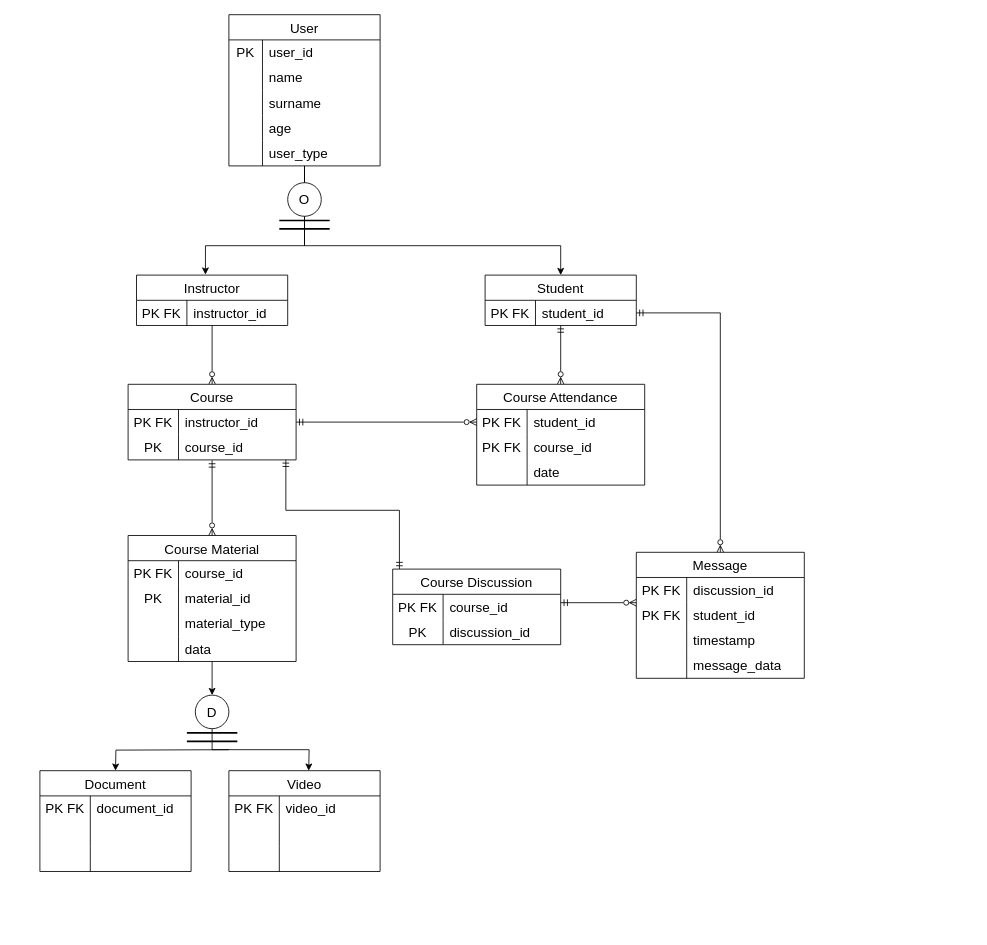
The draw.io diagram Başlıksız Diyagram.drawio in Luieitalian/VTYS, before the edit. Source tidied: cells renumbered, new cells numbered last; positions are measured from the earlier drawing's top-left corner, leaving out a move shared by most shapes. Both pictures are drawn from the tidied source at 84%, with x=0, y=0 at pixel (39, 14).
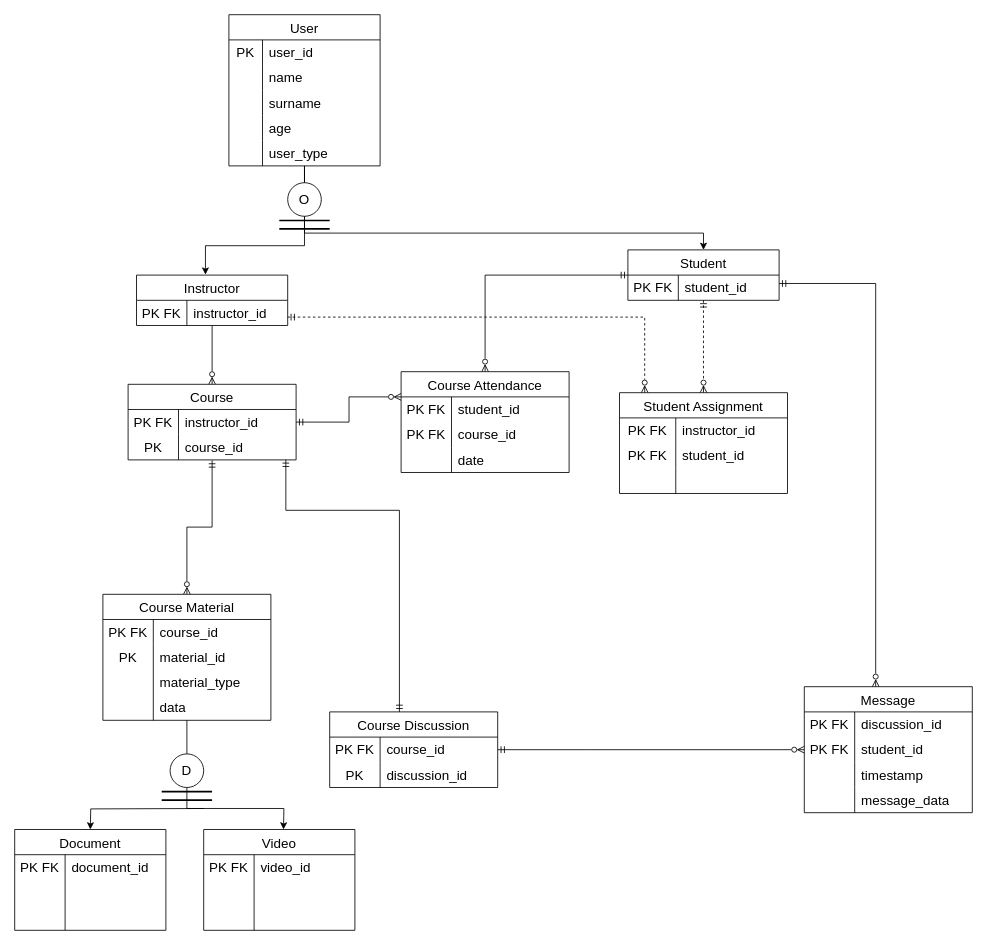
The same page after the edit.

Unchanged cells that the change refers to:
```xml
<mxCell id="19" value="Instructor" style="shape=table;startSize=30;childLayout=tableLayout;rowLines=0;fontStyle=0;strokeColor=default;fontSize=16;" parent="1" vertex="1">
  <mxGeometry x="115" y="310" width="180" height="60" as="geometry" />
</mxCell>
<mxCell id="25" style="shape=tableRow;horizontal=0;startSize=0;swimlaneHead=0;swimlaneBody=0;top=0;left=0;bottom=0;right=0;fillColor=none;points=[[0,0.5],[1,0.5]];portConstraint=eastwest;strokeColor=inherit;fontSize=16;" parent="24" vertex="1">
  <mxGeometry y="30" width="180" height="30" as="geometry" />
</mxCell>
<mxCell id="36" style="shape=tableRow;horizontal=0;startSize=0;swimlaneHead=0;swimlaneBody=0;top=0;left=0;bottom=0;right=0;fillColor=none;points=[[0,0.5],[1,0.5]];portConstraint=eastwest;strokeColor=inherit;fontSize=16;" parent="35" vertex="1">
  <mxGeometry y="30" width="200" height="30" as="geometry" />
</mxCell>
<mxCell id="43" style="shape=tableRow;horizontal=0;startSize=0;swimlaneHead=0;swimlaneBody=0;top=0;left=0;bottom=0;right=0;fillColor=none;points=[[0,0.5],[1,0.5]];portConstraint=eastwest;strokeColor=inherit;fontSize=16;" parent="42" vertex="1">
  <mxGeometry y="30" width="200" height="30" as="geometry" />
</mxCell>
<mxCell id="105" style="shape=tableRow;horizontal=0;startSize=0;swimlaneHead=0;swimlaneBody=0;top=0;left=0;bottom=0;right=0;fillColor=none;points=[[0,0.5],[1,0.5]];portConstraint=eastwest;strokeColor=inherit;fontSize=16;" parent="101" vertex="1">
  <mxGeometry y="60" width="200" height="30" as="geometry" />
</mxCell>
```

What changed in the source:
```diff
@@
+    <mxCell id="115" style="edgeStyle=orthogonalEdgeStyle;jettySize=auto;html=1;strokeColor=default;rounded=0;startArrow=ERmandOne;startFill=0;endArrow=ERzeroToMany;endFill=0;jumpStyle=none;shadow=0;dashed=1;" parent="1" edge="1" source="19" target="117">
+      <mxGeometry relative="1" as="geometry">
+        <Array as="points">
+          <mxPoint x="720" y="360" />
+        </Array>
+      </mxGeometry>
+    </mxCell>
@@
+    <mxCell id="116" style="edgeStyle=orthogonalEdgeStyle;rounded=0;jettySize=auto;html=1;startArrow=ERmandOne;startFill=0;endArrow=ERzeroToMany;endFill=0;dashed=1;" parent="1" edge="1" source="24" target="117">
+      <mxGeometry relative="1" as="geometry" />
+    </mxCell>
     <mxCell id="24" value="Student" style="shape=table;startSize=30;childLayout=tableLayout;rowLines=0;fontStyle=0;strokeColor=default;fontSize=16;" parent="1" vertex="1">
-      <mxGeometry x="530" y="310" width="180" height="60" as="geometry" />
+      <mxGeometry x="700" y="280" width="180" height="60" as="geometry" />
     </mxCell>
@@
     <mxCell id="42" value="Course Attendance" style="shape=table;startSize=30;childLayout=tableLayout;rowLines=0;fontStyle=0;strokeColor=default;fontSize=16;" parent="1" vertex="1">
-      <mxGeometry x="520" y="440" width="200" height="120" as="geometry" />
+      <mxGeometry x="430" y="425" width="200" height="120" as="geometry" />
     </mxCell>
@@
-    <mxCell id="52" style="edgeStyle=orthogonalEdgeStyle;rounded=0;jettySize=auto;html=1;" parent="1" edge="1" source="54" target="68">
+    <mxCell id="52" style="edgeStyle=orthogonalEdgeStyle;rounded=0;jettySize=auto;html=1;endArrow=none;endFill=0;" parent="1" edge="1" source="54" target="68">
       <mxGeometry relative="1" as="geometry" />
     </mxCell>
@@
     <mxCell id="54" value="Course Material" style="shape=table;startSize=30;childLayout=tableLayout;rowLines=0;fontStyle=0;strokeColor=default;fontSize=16;" parent="1" vertex="1">
-      <mxGeometry x="105" y="620" width="200" height="150" as="geometry" />
+      <mxGeometry x="75" y="690" width="200" height="150" as="geometry" />
     </mxCell>
@@
     <mxCell id="67" style="edgeStyle=orthogonalEdgeStyle;rounded=0;jettySize=auto;html=1;exitX=0.5;exitY=1;exitDx=0;exitDy=0;" parent="1" edge="1" source="68">
       <mxGeometry relative="1" as="geometry">
-        <mxPoint x="320" y="900" as="targetPoint" />
+        <mxPoint x="290" y="970" as="targetPoint" />
       </mxGeometry>
     </mxCell>
     <mxCell id="68" value="D" style="ellipse;whiteSpace=wrap;html=1;fontSize=16;startSize=30;fontStyle=0;" parent="1" vertex="1">
-      <mxGeometry x="185" y="810" width="40" height="40" as="geometry" />
+      <mxGeometry x="155" y="880" width="40" height="40" as="geometry" />
     </mxCell>
     <mxCell id="69" style="line;strokeWidth=2;html=1;" parent="1" vertex="1">
-      <mxGeometry x="175" y="850" width="60" height="10" as="geometry" />
+      <mxGeometry x="145" y="920" width="60" height="10" as="geometry" />
     </mxCell>
     <mxCell id="70" style="line;strokeWidth=2;html=1;" parent="1" vertex="1">
-      <mxGeometry x="175" y="860" width="60" height="10" as="geometry" />
+      <mxGeometry x="145" y="930" width="60" height="10" as="geometry" />
     </mxCell>
     <mxCell id="71" style="edgeStyle=orthogonalEdgeStyle;rounded=0;orthogonalLoop=1;jettySize=auto;html=1;exitX=0.5;exitY=1;exitDx=0;exitDy=0;" parent="1" edge="1">
       <mxGeometry relative="1" as="geometry">
-        <mxPoint x="225" y="875" as="sourcePoint" />
-        <mxPoint x="90" y="900" as="targetPoint" />
+        <mxPoint x="195" y="945" as="sourcePoint" />
+        <mxPoint x="60" y="970" as="targetPoint" />
       </mxGeometry>
     </mxCell>
     <mxCell id="72" value="Document" style="shape=table;startSize=30;childLayout=tableLayout;rowLines=0;fontStyle=0;strokeColor=default;fontSize=16;" parent="1" vertex="1">
-      <mxGeometry y="900" width="180" height="120" as="geometry" />
+      <mxGeometry x="-30" y="970" width="180" height="120" as="geometry" />
     </mxCell>
@@
     <mxCell id="82" value="Video" style="shape=table;startSize=30;childLayout=tableLayout;rowLines=0;fontStyle=0;strokeColor=default;fontSize=16;" parent="1" vertex="1">
-      <mxGeometry x="225" y="900" width="180" height="120" as="geometry" />
+      <mxGeometry x="195" y="970" width="180" height="120" as="geometry" />
     </mxCell>
@@
-    <mxCell id="92" style="edgeStyle=orthogonalEdgeStyle;rounded=0;jettySize=auto;html=1;entryX=0;entryY=0.5;entryDx=0;entryDy=0;startArrow=ERmandOne;startFill=0;endArrow=ERzeroToMany;endFill=0;" parent="1" edge="1" source="36" target="43">
-      <mxGeometry relative="1" as="geometry" />
+    <mxCell id="92" style="edgeStyle=orthogonalEdgeStyle;rounded=0;jettySize=auto;html=1;startArrow=ERmandOne;startFill=0;endArrow=ERzeroToMany;endFill=0;" parent="1" edge="1" source="36" target="42">
+      <mxGeometry relative="1" as="geometry">
+        <Array as="points">
+          <mxPoint x="368" y="485" />
+          <mxPoint x="368" y="455" />
+        </Array>
+      </mxGeometry>
     </mxCell>
-    <mxCell id="93" style="edgeStyle=orthogonalEdgeStyle;rounded=0;jettySize=auto;html=1;startArrow=ERmandOne;startFill=0;endArrow=ERzeroToMany;endFill=0;" parent="1" edge="1" source="94" target="101">
+    <mxCell id="93" style="edgeStyle=orthogonalEdgeStyle;rounded=0;jettySize=auto;html=1;startArrow=ERmandOne;startFill=0;endArrow=ERzeroToMany;endFill=0;entryX=0;entryY=0.5;entryDx=0;entryDy=0;" parent="1" edge="1" source="94" target="105">
       <mxGeometry relative="1" as="geometry">
         <Array as="points">
-          <mxPoint x="630" y="700" />
-          <mxPoint x="630" y="700" />
+          <mxPoint x="650" y="875" />
+          <mxPoint x="650" y="875" />
         </Array>
       </mxGeometry>
     </mxCell>
     <mxCell id="94" value="Course Discussion" style="shape=table;startSize=30;childLayout=tableLayout;rowLines=0;fontStyle=0;strokeColor=default;fontSize=16;" parent="1" vertex="1">
-      <mxGeometry x="420" y="660" width="200" height="90" as="geometry" />
+      <mxGeometry x="345" y="830" width="200" height="90" as="geometry" />
     </mxCell>
@@
     <mxCell id="101" value="Message" style="shape=table;startSize=30;childLayout=tableLayout;rowLines=0;fontStyle=0;strokeColor=default;fontSize=16;" parent="1" vertex="1">
-      <mxGeometry x="710" y="640" width="200" height="150" as="geometry" />
+      <mxGeometry x="910" y="800" width="200" height="150" as="geometry" />
     </mxCell>
@@
-    <mxCell id="114" style="edgeStyle=orthogonalEdgeStyle;rounded=0;jettySize=auto;html=1;entryX=0.5;entryY=0;entryDx=0;entryDy=0;startArrow=ERmandOne;startFill=0;endArrow=ERzeroToMany;endFill=0;" parent="1" edge="1" source="25" target="101">
-      <mxGeometry relative="1" as="geometry" />
+    <mxCell id="114" style="edgeStyle=orthogonalEdgeStyle;rounded=0;jettySize=auto;html=1;startArrow=ERmandOne;startFill=0;endArrow=ERzeroToMany;endFill=0;" parent="1" edge="1" target="101">
+      <mxGeometry relative="1" as="geometry">
+        <mxPoint x="880" y="320" as="sourcePoint" />
+        <Array as="points">
+          <mxPoint x="995" y="320" />
+        </Array>
+      </mxGeometry>
     </mxCell>
+    <mxCell id="117" value="Student Assignment" style="shape=table;startSize=30;childLayout=tableLayout;rowLines=0;fontStyle=0;strokeColor=default;fontSize=16;" parent="1" vertex="1">
+      <mxGeometry x="690" y="450" width="200" height="120" as="geometry" />
+    </mxCell>
+    <mxCell id="118" style="shape=tableRow;horizontal=0;startSize=0;swimlaneHead=0;swimlaneBody=0;top=0;left=0;bottom=0;right=0;fillColor=none;strokeColor=inherit;fontSize=16;" parent="117" vertex="1">
+      <mxGeometry y="30" width="200" height="30" as="geometry" />
+    </mxCell>
+    <mxCell id="119" value="PK FK" style="shape=partialRectangle;html=1;whiteSpace=wrap;fillColor=none;top=0;left=0;bottom=0;right=0;overflow=hidden;strokeColor=inherit;fontSize=16;" parent="118" vertex="1">
+      <mxGeometry width="67" height="30" as="geometry" />
+    </mxCell>
+    <mxCell id="120" value="instructor_id" style="shape=partialRectangle;html=1;whiteSpace=wrap;fillColor=none;top=0;left=0;bottom=0;right=0;align=left;spacingLeft=6;overflow=hidden;strokeColor=inherit;fontSize=16;" parent="118" vertex="1">
+      <mxGeometry x="67" width="133" height="30" as="geometry" />
+    </mxCell>
+    <mxCell id="121" style="shape=tableRow;horizontal=0;startSize=0;swimlaneHead=0;swimlaneBody=0;top=0;left=0;bottom=0;right=0;fillColor=none;strokeColor=inherit;fontSize=16;" parent="117" vertex="1">
+      <mxGeometry y="60" width="200" height="30" as="geometry" />
+    </mxCell>
+    <mxCell id="122" value="PK FK" style="shape=partialRectangle;html=1;whiteSpace=wrap;fillColor=none;top=0;left=0;bottom=0;right=0;overflow=hidden;strokeColor=inherit;fontSize=16;" parent="121" vertex="1">
+      <mxGeometry width="67" height="30" as="geometry" />
+    </mxCell>
+    <mxCell id="123" value="student_id" style="shape=partialRectangle;html=1;whiteSpace=wrap;fillColor=none;top=0;left=0;bottom=0;right=0;align=left;spacingLeft=6;overflow=hidden;strokeColor=inherit;fontSize=16;" parent="121" vertex="1">
+      <mxGeometry x="67" width="133" height="30" as="geometry" />
+    </mxCell>
+    <mxCell id="124" style="shape=tableRow;horizontal=0;startSize=0;swimlaneHead=0;swimlaneBody=0;top=0;left=0;bottom=0;right=0;fillColor=none;strokeColor=inherit;fontSize=16;" parent="117" vertex="1">
+      <mxGeometry y="90" width="200" height="30" as="geometry" />
+    </mxCell>
+    <mxCell id="125" style="shape=partialRectangle;html=1;whiteSpace=wrap;fillColor=none;top=0;left=0;bottom=0;right=0;overflow=hidden;strokeColor=inherit;fontSize=16;" parent="124" vertex="1">
+      <mxGeometry width="67" height="30" as="geometry" />
+    </mxCell>
+    <mxCell id="126" style="shape=partialRectangle;html=1;whiteSpace=wrap;fillColor=none;top=0;left=0;bottom=0;right=0;align=left;spacingLeft=6;overflow=hidden;strokeColor=inherit;fontSize=16;" parent="124" vertex="1">
+      <mxGeometry x="67" width="133" height="30" as="geometry" />
+    </mxCell>
```
